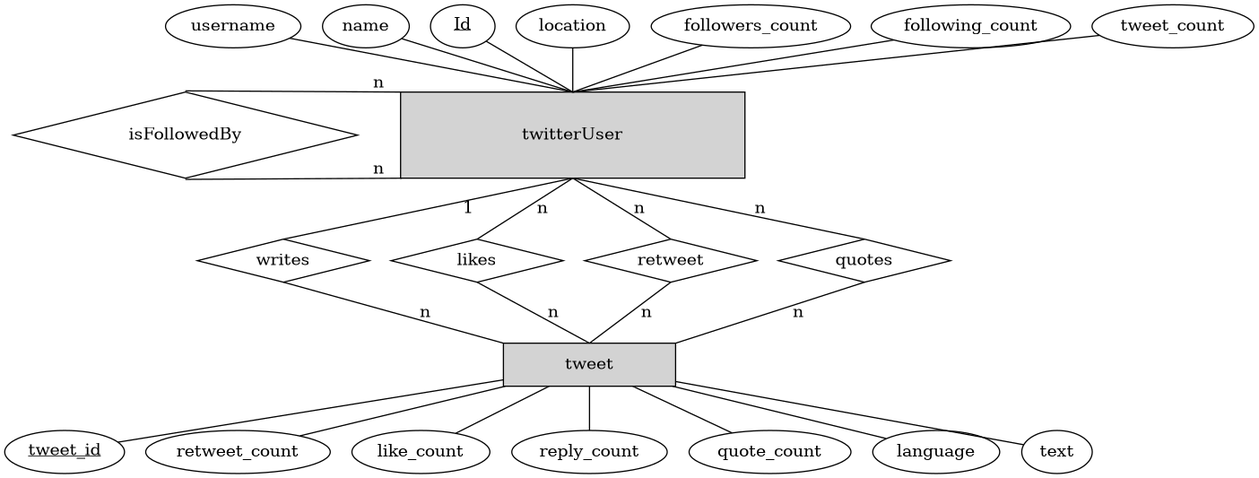
Earlier version of the Graphviz export database/er.png (rafaelpcarneiro/fakeNewsAnalysis). Its source is kept beside it as database/er.dot.
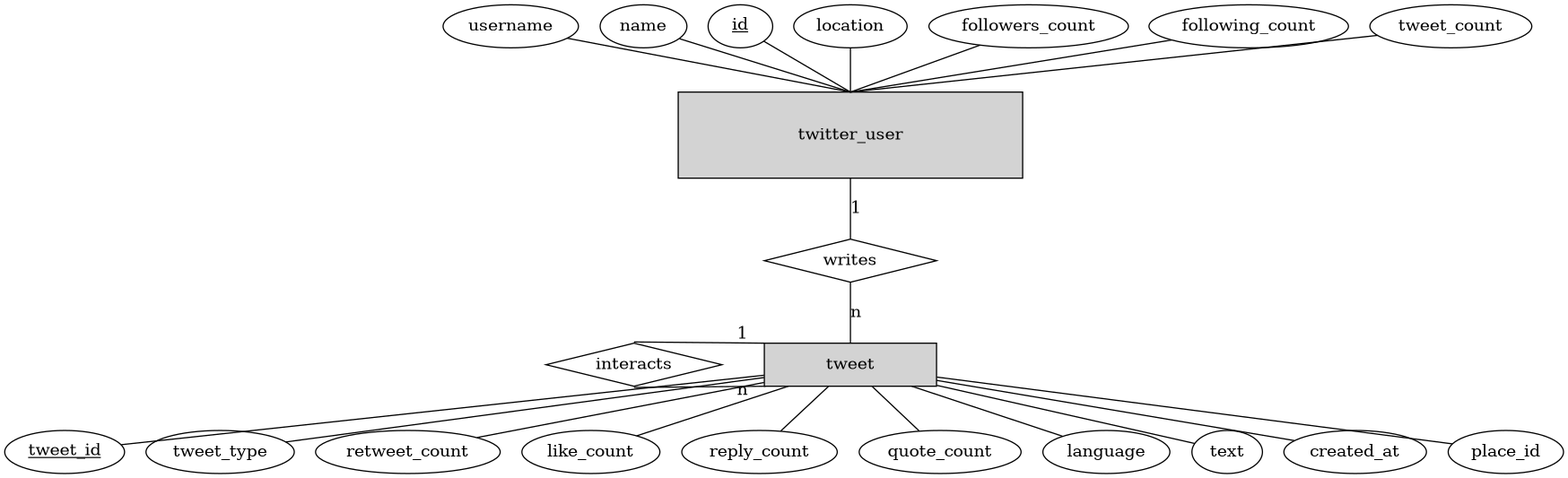
The same file after the commit.

The edit, as a diff of the source:
```diff
@@ -1,66 +1,71 @@
 graph ER{
       splines = false;
       /* Entities */
-      user  [shape=rectangle, style="filled,solid", label="twitterUser",
+      twitter_user  [shape=rectangle, style="filled,solid", label="twitter_user",
 	  width=4, height=1];
       tweet [shape=rectangle, style="filled,solid", label="tweet", width=2];
 
       /* Relationship */
-      writes       [shape=diamond, width=2];
-      isFollowedBy [shape=diamond, width=4, height=1];
-      likes        [shape=diamond, width=2];
-      rt           [shape=diamond, width=2, label="retweet"];
-      quotes       [shape=diamond, width=2];
+      writes         [shape=diamond, width=2];
+      /*isFollowedBy [shape=diamond, width=4, height=1]; */
+      /*likes        [shape=diamond, width=2];*/
+      interacts      [shape=diamond, width=2, label="interacts"];
 
       /* Atributes */
 
       /* user's atributes */
       username          [shape=ellipse, label="username"]; /* The @name */
       name 				[shape=ellipse, label="name"]; /* The @name */
-      userId     		[shape=ellipse, label=<<u>Id</u>>];
+      id                [shape=ellipse, label=<<u>id</u>>];
       location     		[shape=ellipse, label=location];
-      followersCount    [shape=ellipse, label=followers_count];
-      followingCount    [shape=ellipse, label=following_count];
-      tweetCount     	[shape=ellipse, label=tweet_count];
+      followers_count   [shape=ellipse, label=followers_count];
+      following_count   [shape=ellipse, label=following_count];
+      tweet_count       [shape=ellipse, label=tweet_count];
 
 
       /* tweets' atributes */
-      tweetId      [shape=ellipse, label=<<u>tweet_id</u>>];
-      retweetCount [shape=ellipse, label=retweet_count];
-      likeCount    [shape=ellipse, label=like_count];
-      replyCount   [shape=ellipse, label=reply_count];
-      quoteCount   [shape=ellipse, label=quote_count];
-	  language     [shape=ellipse, label=language];
-	  text         [shape=ellipse, label=text];
+      tweet_id      [shape=ellipse, label=<<u>tweet_id</u>>];
+      tweet_type    [shape=ellipse, label=tweet_type];
+      retweet_count [shape=ellipse, label=retweet_count];
+      like_count    [shape=ellipse, label=like_count];
+      reply_count   [shape=ellipse, label=reply_count];
+      quote_count   [shape=ellipse, label=quote_count];
+	  language      [shape=ellipse, label=language];
+	  text          [shape=ellipse, label=text];
+	  created_at    [shape=ellipse, label=created_at];
+	  place_id      [shape=ellipse, label=place_id];
+
 
       /* Diagram */
 
 
-	  username      	-- user:n;
-      name 			    -- user:n;
-      userId     	    -- user:n;
-      location     	    -- user:n;
-      followersCount    -- user:n;
-      followingCount    -- user:n;
-      tweetCount        -- user:n;
+	  username      	-- twitter_user:n;
+      name 			    -- twitter_user:n;
+      id     	        -- twitter_user:n;
+      location     	    -- twitter_user:n;
+      followers_count   -- twitter_user:n;
+      following_count   -- twitter_user:n;
+      tweet_count       -- twitter_user:n;
 
-      isFollowedBy:s -- user:sw [label=n];
-      isFollowedBy:n -- user:nw [label=n];
+      /*isFollowedBy:s -- user:sw [label=n];*/
+      interacts:s -- tweet:sw [label=n];
+      interacts:n -- tweet:nw [label=1];
+      /*isFollowedBy:n -- user:nw [label=n];*/
 
 
-      user:s -- writes:n [label=1];
-      user:s  -- likes:n  [label=n];
-      user:s  -- quotes:n  [label=n];
-      user:s -- rt:n     [label=n];
+      twitter_user:s -- writes:n [label=1];
+      /*user:s  -- likes:n  [label=n]; */
+      /*user:s  -- quotes:n  [label=n];*/
+      /*user:s -- rt:n     [label=n];*/
 
-      writes:s  -- tweet:nw [label=n];
-      likes:s   -- tweet:n  [label=n];
-      quotes:s  -- tweet:ne  [label=n];
-      rt:s      -- tweet:n [label=n];
+      writes:s  -- tweet:n [label=n];
+      /*likes:s   -- tweet:n  [label=n];*/
+      /*quotes:s  -- tweet:ne  [label=n];*/
+      /*rt:s      -- tweet:n [label=n];*/
 
-      tweet -- {tweetId, retweetCount, likeCount, replyCount, quoteCount,
-	  language, text};
+      tweet -- {tweet_id, tweet_type, retweet_count, like_count, reply_count, quote_count,
+	  language, text, created_at, place_id};
 
-	  {rank = same; isFollowedBy; user;}
+	  {rank = same; interacts; tweet;}
 
 }
```
